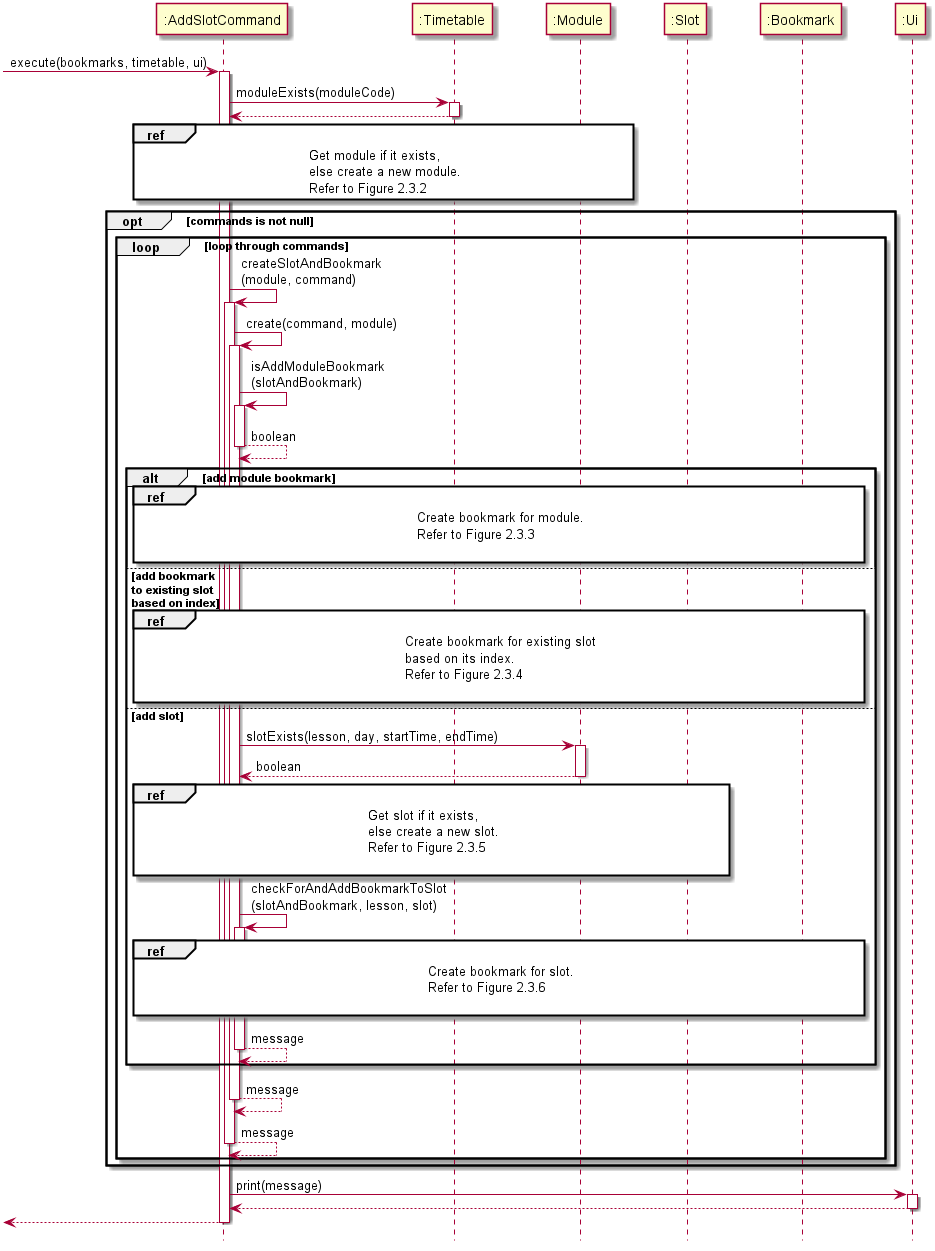
The PlantUML diagram docs/diagrams/addSlotSequenceDiagram.png in nus-cs2113-AY2021S1/tp, before a commit.
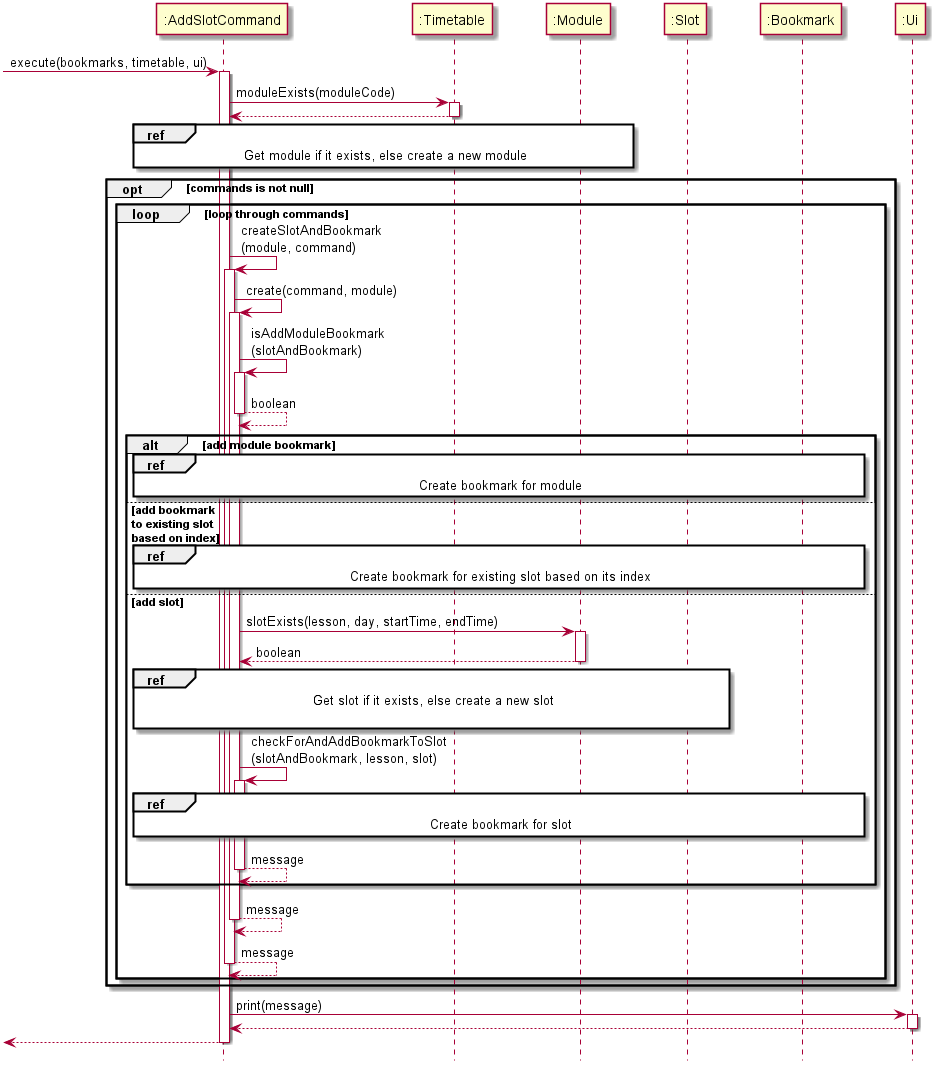
Later version of the same file.

Diff of the diagram source:
```diff
@@ -10,8 +10,6 @@
 participant ":Ui" as Ui
 
 
-
-
 [-> AddSlotCommand : execute(bookmarks, timetable, ui)
 activate AddSlotCommand
 
@@ -22,9 +20,7 @@
 deactivate Timetable
 
 ref over AddSlotCommand, Module
-    Get module if it exists,
-    else create a new module.
-    Refer to Figure 2.3.2
+    Get module if it exists, else create a new module
 end ref
 
 opt commands is not null
@@ -45,9 +41,7 @@
 
 
             ref over AddSlotCommand, Bookmark
-                Create bookmark for module.
-                Refer to Figure 2.3.3
-
+                Create bookmark for module
             end ref
 
 
@@ -55,10 +49,7 @@
 
 
             ref over AddSlotCommand, Bookmark
-                Create bookmark for existing slot
-                based on its index.
-                Refer to Figure 2.3.4
-
+                Create bookmark for existing slot based on its index
             end ref
 
         else add slot
@@ -70,9 +61,7 @@
             deactivate Module
 
             ref over AddSlotCommand, Slot
-                Get slot if it exists,
-                else create a new slot.
-                Refer to Figure 2.3.5
+                Get slot if it exists, else create a new slot
 
             end ref
 
@@ -80,9 +69,7 @@
             activate AddSlotCommand
 
             ref over AddSlotCommand, Bookmark
-                Create bookmark for slot.
-                Refer to Figure 2.3.6
-
+                Create bookmark for slot
             end ref
 
             AddSlotCommand --> AddSlotCommand : message
@@ -108,4 +95,8 @@
 AddSlotCommand -->[
 deactivate AddSlotCommand
 
+
+
+
+
 @enduml
```
